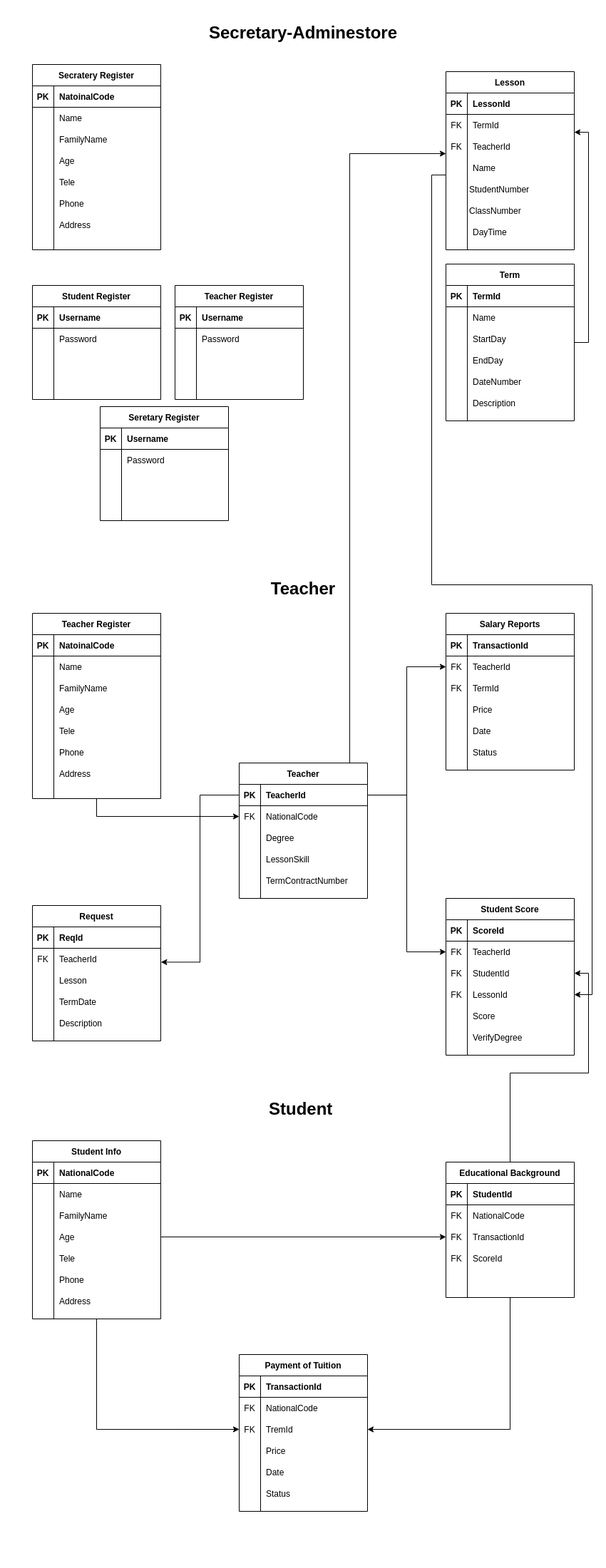
This is Docs/Entity Diagram.drawio.png from HNEhsan/uni-project-django, a draw.io export, as it was before one commit. Source tidied: cells renumbered, new cells last; positions are measured from the earlier drawing's top-left corner, leaving out a move shared by most shapes.
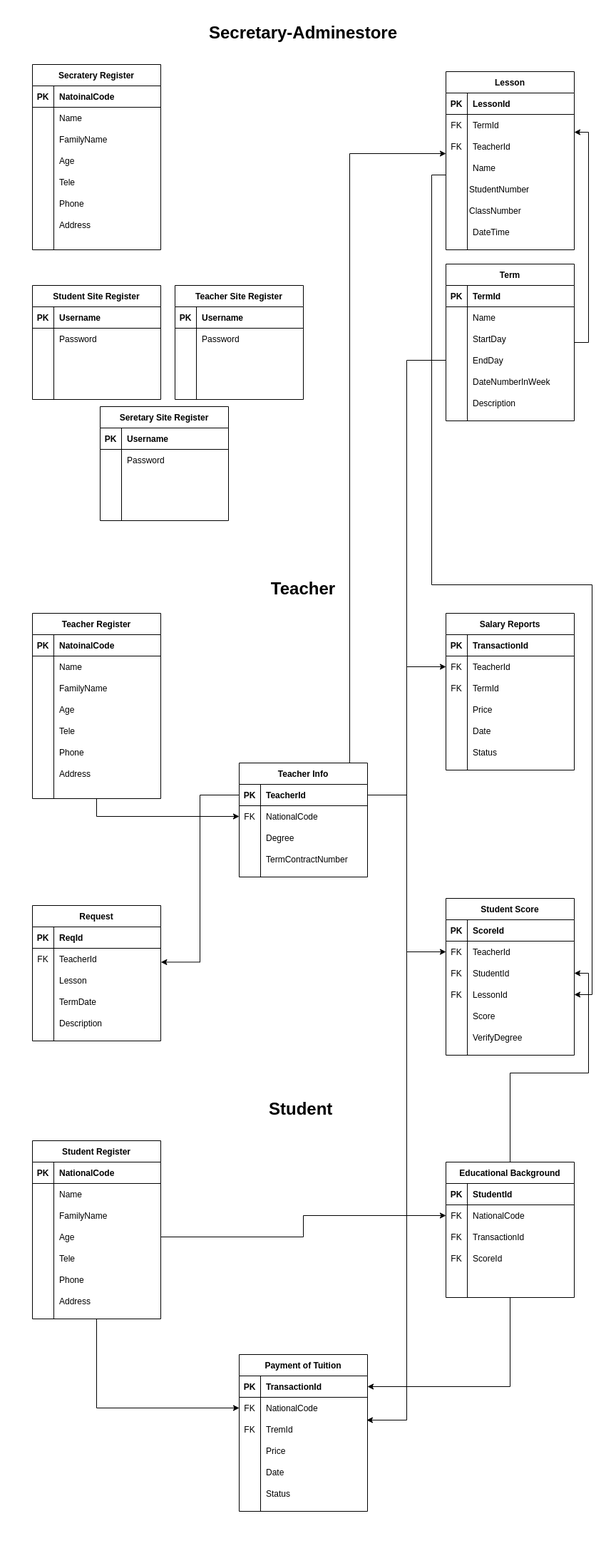
After the change.

Change to the diagram source:
```diff
@@ -2,10 +2,10 @@
   <root>
     <mxCell id="0" />
     <mxCell id="1" parent="0" />
-    <mxCell id="2" style="edgeStyle=orthogonalEdgeStyle;rounded=0;jettySize=auto;html=1;entryX=0;entryY=0.5;entryDx=0;entryDy=0;fontStyle=0;" parent="1" edge="1" source="3" target="23">
-      <mxGeometry relative="1" as="geometry" />
-    </mxCell>
+    <mxCell id="264" style="edgeStyle=orthogonalEdgeStyle;rounded=0;jettySize=auto;html=1;entryX=0;entryY=0.5;entryDx=0;entryDy=0;" parent="1" edge="1" source="3" target="20">
+      <mxGeometry relative="1" as="geometry" />
+    </mxCell>
-    <mxCell id="3" value="Student Info" style="shape=table;startSize=30;rowLines=0;fontStyle=1;align=center;" parent="1" vertex="1">
+    <mxCell id="3" value="Student Register" style="shape=table;startSize=30;rowLines=0;fontStyle=1;align=center;" parent="1" vertex="1">
       <mxGeometry y="1570" width="180" height="250" as="geometry" />
     </mxCell>
     <mxCell id="4" style="shape=partialRectangle;fillColor=none;top=0;left=0;bottom=1;right=0;fontStyle=0;" parent="3" vertex="1">
@@ -83,12 +83,12 @@
     <mxCell id="28" value="Price" style="shape=partialRectangle;fillColor=none;top=0;left=0;bottom=0;right=0;align=left;spacingLeft=6;overflow=hidden;fontStyle=0;" parent="26" vertex="1">
       <mxGeometry x="30" width="150" height="30" as="geometry" />
     </mxCell>
-    <mxCell id="29" style="edgeStyle=orthogonalEdgeStyle;rounded=0;jettySize=auto;html=1;" parent="1" edge="1" source="31" target="23">
-      <mxGeometry relative="1" as="geometry" />
-    </mxCell>
     <mxCell id="30" style="edgeStyle=orthogonalEdgeStyle;rounded=0;jettySize=auto;html=1;" parent="1" edge="1" source="31" target="76">
       <mxGeometry relative="1" as="geometry" />
     </mxCell>
+    <mxCell id="265" style="edgeStyle=orthogonalEdgeStyle;rounded=0;jettySize=auto;html=1;entryX=1;entryY=0.5;entryDx=0;entryDy=0;" parent="1" edge="1" source="31" target="17">
+      <mxGeometry relative="1" as="geometry" />
+    </mxCell>
     <mxCell id="31" value="Educational ‌‌Background" style="shape=table;startSize=30;rowLines=0;fontStyle=1;align=center;" parent="1" vertex="1">
       <mxGeometry x="580" y="1600" width="180" height="190" as="geometry" />
     </mxCell>
@@ -249,8 +249,8 @@
         </Array>
       </mxGeometry>
     </mxCell>
-    <mxCell id="83" value="Teacher" style="shape=table;startSize=30;rowLines=0;fontStyle=1;align=center;" parent="1" vertex="1">
-      <mxGeometry x="290" y="1040" width="180" height="190" as="geometry" />
+    <mxCell id="83" value="Teacher Info" style="shape=table;startSize=30;rowLines=0;fontStyle=1;align=center;" parent="1" vertex="1">
+      <mxGeometry x="290" y="1040" width="180" height="160" as="geometry" />
     </mxCell>
     <mxCell id="84" style="shape=partialRectangle;fillColor=none;top=0;left=0;bottom=1;right=0;points=[[0,0.5],[1,0.5]];portConstraint=eastwest;fontStyle=0;" parent="83" vertex="1">
       <mxGeometry y="30" width="180" height="30" as="geometry" />
@@ -279,15 +279,6 @@
     <mxCell id="92" value="Degree" style="shape=partialRectangle;fillColor=none;top=0;left=0;bottom=0;right=0;align=left;spacingLeft=6;overflow=hidden;fontStyle=0;" parent="90" vertex="1">
       <mxGeometry x="30" width="150" height="30" as="geometry" />
     </mxCell>
-    <mxCell id="93" style="shape=partialRectangle;fillColor=none;top=0;left=0;bottom=0;right=0;fontStyle=0;" parent="83" vertex="1">
-      <mxGeometry y="120" width="180" height="30" as="geometry" />
-    </mxCell>
-    <mxCell id="94" style="shape=partialRectangle;fillColor=none;top=0;left=0;bottom=0;right=0;overflow=hidden;fontStyle=0;" parent="93" vertex="1">
-      <mxGeometry width="30" height="30" as="geometry" />
-    </mxCell>
-    <mxCell id="95" value="LessonSkill" style="shape=partialRectangle;fillColor=none;top=0;left=0;bottom=0;right=0;align=left;spacingLeft=6;overflow=hidden;fontStyle=0;" parent="93" vertex="1">
-      <mxGeometry x="30" width="150" height="30" as="geometry" />
-    </mxCell>
     <mxCell id="96" value="&lt;h1&gt;Secretary-Adminestore&lt;/h1&gt;" style="text;html=1;strokeColor=none;fillColor=none;spacing=5;spacingTop=-20;whiteSpace=wrap;overflow=hidden;rounded=0;align=center;verticalAlign=middle;fontStyle=0;" parent="1" vertex="1">
       <mxGeometry x="190" width="380" height="40" as="geometry" />
     </mxCell>
@@ -377,7 +368,7 @@
     <mxCell id="123" value="Name" style="shape=partialRectangle;fillColor=none;top=0;left=0;bottom=0;right=0;align=left;spacingLeft=6;overflow=hidden;fontStyle=0;" parent="121" vertex="1">
       <mxGeometry x="30" width="150" height="30" as="geometry" />
     </mxCell>
-    <mxCell id="124" value="Student Register" style="shape=table;startSize=30;rowLines=0;fontStyle=1;align=center;" parent="1" vertex="1">
+    <mxCell id="124" value="Student Site Register" style="shape=table;startSize=30;rowLines=0;fontStyle=1;align=center;" parent="1" vertex="1">
       <mxGeometry y="370" width="180" height="160" as="geometry" />
     </mxCell>
     <mxCell id="125" style="shape=partialRectangle;fillColor=none;top=0;left=0;bottom=1;right=0;fontStyle=0;" parent="124" vertex="1">
@@ -581,7 +572,7 @@
     <mxCell id="191" style="shape=partialRectangle;fillColor=none;top=0;left=0;bottom=0;right=0;overflow=hidden;fontStyle=0;" parent="190" vertex="1">
       <mxGeometry width="30" height="30" as="geometry" />
     </mxCell>
-    <mxCell id="192" value="DateNumber" style="shape=partialRectangle;fillColor=none;top=0;left=0;bottom=0;right=0;align=left;spacingLeft=6;overflow=hidden;fontStyle=0;" parent="190" vertex="1">
+    <mxCell id="192" value="DateNumberInWeek" style="shape=partialRectangle;fillColor=none;top=0;left=0;bottom=0;right=0;align=left;spacingLeft=6;overflow=hidden;fontStyle=0;" parent="190" vertex="1">
       <mxGeometry x="30" width="150" height="30" as="geometry" />
     </mxCell>
     <mxCell id="193" style="shape=partialRectangle;fillColor=none;top=0;left=0;bottom=0;right=0;fontStyle=0;" parent="1" vertex="1">
@@ -677,7 +668,7 @@
     <mxCell id="223" value="Tele" style="shape=partialRectangle;fillColor=none;top=0;left=0;bottom=0;right=0;align=left;spacingLeft=6;overflow=hidden;fontStyle=0;" parent="221" vertex="1">
       <mxGeometry x="30" width="150" height="30" as="geometry" />
     </mxCell>
-    <mxCell id="224" value="Teacher Register" style="shape=table;startSize=30;rowLines=0;fontStyle=1;align=center;" parent="1" vertex="1">
+    <mxCell id="224" value="Teacher Site Register" style="shape=table;startSize=30;rowLines=0;fontStyle=1;align=center;" parent="1" vertex="1">
       <mxGeometry x="200" y="370" width="180" height="160" as="geometry" />
     </mxCell>
     <mxCell id="225" style="shape=partialRectangle;fillColor=none;top=0;left=0;bottom=1;right=0;fontStyle=0;" parent="224" vertex="1">
@@ -716,7 +707,7 @@
     <mxCell id="236" style="shape=partialRectangle;fillColor=none;top=0;left=0;bottom=0;right=0;align=left;spacingLeft=6;overflow=hidden;fontStyle=0;" parent="234" vertex="1">
       <mxGeometry x="30" width="150" height="40" as="geometry" />
     </mxCell>
-    <mxCell id="237" value="Seretary Register" style="shape=table;startSize=30;rowLines=0;fontStyle=1;align=center;" parent="1" vertex="1">
+    <mxCell id="237" value="Seretary Site Register" style="shape=table;startSize=30;rowLines=0;fontStyle=1;align=center;" parent="1" vertex="1">
       <mxGeometry x="95" y="540" width="180" height="160" as="geometry" />
     </mxCell>
     <mxCell id="238" style="shape=partialRectangle;fillColor=none;top=0;left=0;bottom=1;right=0;fontStyle=0;" parent="237" vertex="1">
@@ -756,7 +747,7 @@
       <mxGeometry x="30" width="150" height="40" as="geometry" />
     </mxCell>
     <mxCell id="250" style="shape=partialRectangle;fillColor=none;top=0;left=0;bottom=0;right=0;fontStyle=0;" parent="1" vertex="1">
-      <mxGeometry x="290" y="1190" width="180" height="30" as="geometry" />
+      <mxGeometry x="290" y="1160" width="180" height="30" as="geometry" />
     </mxCell>
     <mxCell id="251" style="shape=partialRectangle;fillColor=none;top=0;left=0;bottom=0;right=0;overflow=hidden;fontStyle=0;" parent="250" vertex="1">
       <mxGeometry width="30" height="30" as="geometry" />
@@ -764,9 +755,6 @@
     <mxCell id="252" value="TermContractNumber" style="shape=partialRectangle;fillColor=none;top=0;left=0;bottom=0;right=0;align=left;spacingLeft=6;overflow=hidden;fontStyle=0;" parent="250" vertex="1">
       <mxGeometry x="30" width="150" height="30" as="geometry" />
     </mxCell>
-    <mxCell id="253" style="edgeStyle=orthogonalEdgeStyle;rounded=0;jettySize=auto;html=1;entryX=0;entryY=0.5;entryDx=0;entryDy=0;" parent="1" edge="1" source="13" target="38">
-      <mxGeometry relative="1" as="geometry" />
-    </mxCell>
     <mxCell id="254" style="edgeStyle=orthogonalEdgeStyle;rounded=0;jettySize=auto;html=1;" parent="1" edge="1" source="84" target="47">
       <mxGeometry relative="1" as="geometry" />
     </mxCell>
@@ -792,7 +780,7 @@
     <mxCell id="259" style="shape=partialRectangle;fillColor=none;top=0;left=0;bottom=0;right=0;overflow=hidden;fontStyle=0;" parent="258" vertex="1">
       <mxGeometry width="30" height="30" as="geometry" />
     </mxCell>
-    <mxCell id="260" value="DayTime" style="shape=partialRectangle;fillColor=none;top=0;left=0;bottom=0;right=0;align=left;spacingLeft=6;overflow=hidden;fontStyle=0;" parent="258" vertex="1">
+    <mxCell id="260" value="DateTime" style="shape=partialRectangle;fillColor=none;top=0;left=0;bottom=0;right=0;align=left;spacingLeft=6;overflow=hidden;fontStyle=0;" parent="258" vertex="1">
       <mxGeometry x="30" width="150" height="30" as="geometry" />
     </mxCell>
     <mxCell id="261" style="shape=partialRectangle;fillColor=none;top=0;left=0;bottom=0;right=0;fontStyle=0;" parent="1" vertex="1">
@@ -804,5 +792,11 @@
     <mxCell id="263" value="ScoreId" style="shape=partialRectangle;fillColor=none;top=0;left=0;bottom=0;right=0;align=left;spacingLeft=6;overflow=hidden;fontStyle=0;" parent="261" vertex="1">
       <mxGeometry x="30" width="150" height="30" as="geometry" />
     </mxCell>
+    <mxCell id="266" style="edgeStyle=orthogonalEdgeStyle;rounded=0;jettySize=auto;html=1;entryX=0.994;entryY=0.067;entryDx=0;entryDy=0;entryPerimeter=0;" parent="1" edge="1" source="108" target="23">
+      <mxGeometry relative="1" as="geometry" />
+    </mxCell>
+    <mxCell id="267" style="edgeStyle=orthogonalEdgeStyle;rounded=0;jettySize=auto;html=1;" parent="1" edge="1" source="13" target="35">
+      <mxGeometry relative="1" as="geometry" />
+    </mxCell>
   </root>
 </mxGraphModel>
```
